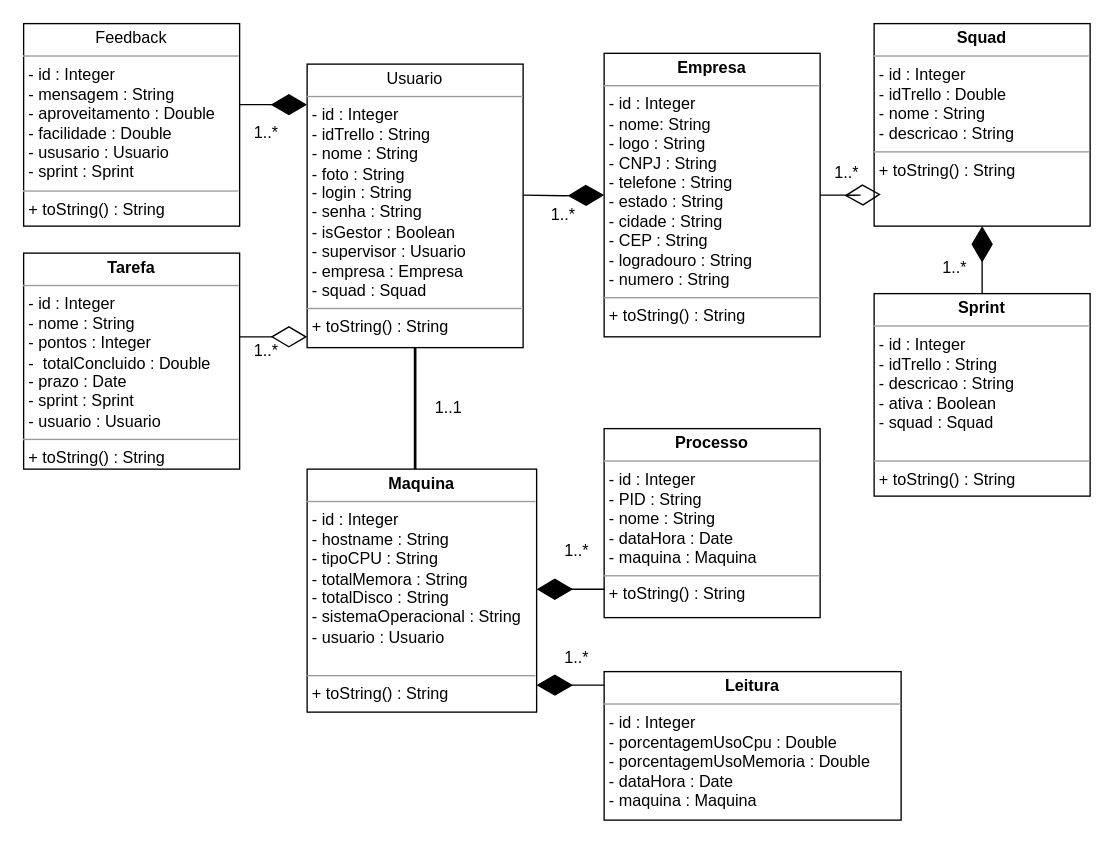
Before: Documentação/DiagramaDeClasses/DiagramaDeClasses.drawio in ItalloGomes/LynxCoder, a draw.io diagram. Source tidied: cells renumbered, new cells numbered last; positions are measured from the earlier drawing's top-left corner, leaving out a move shared by most shapes. Both pictures are drawn from the tidied source at 135%, with x=0, y=0 at pixel (23, 23).
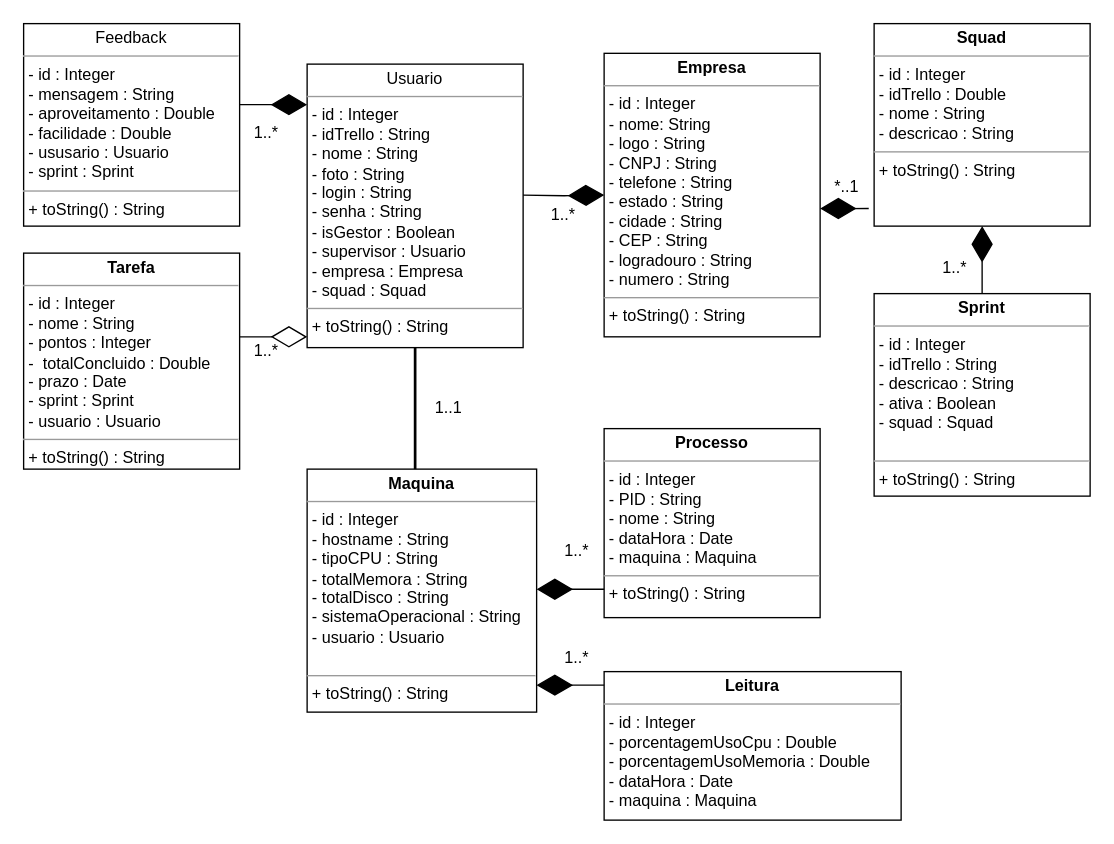
The same diagram, later.

Commit message (it also covers changes not shown here):
add diagrama de classes att e assistente de instalação

Unchanged cells that the change refers to:
```xml
<mxCell id="8" value="&lt;p style=&quot;margin: 0px ; margin-top: 4px ; text-align: center&quot;&gt;&lt;b&gt;Squad&lt;/b&gt;&lt;/p&gt;&lt;hr size=&quot;1&quot;&gt;&lt;p style=&quot;margin: 0px ; margin-left: 4px&quot;&gt;- id : Integer&amp;nbsp;&lt;/p&gt;&lt;p style=&quot;margin: 0px ; margin-left: 4px&quot;&gt;- idTrello : Double&amp;nbsp;&lt;/p&gt;&lt;p style=&quot;margin: 0px ; margin-left: 4px&quot;&gt;- nome : String&lt;/p&gt;&lt;p style=&quot;margin: 0px ; margin-left: 4px&quot;&gt;- descricao : String&lt;/p&gt;&lt;hr size=&quot;1&quot;&gt;&lt;p style=&quot;margin: 0px ; margin-left: 4px&quot;&gt;+ toString() : String&lt;/p&gt;" style="verticalAlign=top;align=left;overflow=fill;fontSize=12;fontFamily=Helvetica;html=1;" parent="1" vertex="1">
  <mxGeometry x="630" width="160" height="150" as="geometry" />
</mxCell>
```

Diff of the diagram source:
```diff
@@
-    <mxCell id="19" value="1..*" style="text;html=1;strokeColor=none;fillColor=none;align=center;verticalAlign=middle;whiteSpace=wrap;rounded=0;" parent="1" vertex="1">
-      <mxGeometry x="580" y="100" width="60" height="21" as="geometry" />
+    <mxCell id="19" value="*..1" style="text;html=1;strokeColor=none;fillColor=none;align=center;verticalAlign=middle;whiteSpace=wrap;rounded=0;" parent="1" vertex="1">
+      <mxGeometry x="580" y="110" width="60" height="21" as="geometry" />
     </mxCell>
@@
-    <mxCell id="25" style="endArrow=diamondThin;endFill=0;endSize=24;html=1;rounded=0;edgeStyle=orthogonalEdgeStyle;" parent="1" edge="1">
-      <mxGeometry relative="1" as="geometry">
-        <mxPoint x="590" y="127" as="sourcePoint" />
-        <mxPoint x="635" y="126.5" as="targetPoint" />
-        <Array as="points">
-          <mxPoint x="620" y="127" />
-          <mxPoint x="620" y="127" />
-        </Array>
-      </mxGeometry>
-    </mxCell>
@@
+    <mxCell id="27" style="endArrow=diamondThin;endFill=1;endSize=24;html=1;rounded=0;edgeStyle=orthogonalEdgeStyle;exitX=-0.025;exitY=0.913;exitDx=0;exitDy=0;exitPerimeter=0;" parent="1" edge="1" source="8">
+      <mxGeometry relative="1" as="geometry">
+        <mxPoint x="590" y="137" as="targetPoint" />
+      </mxGeometry>
+    </mxCell>
```
